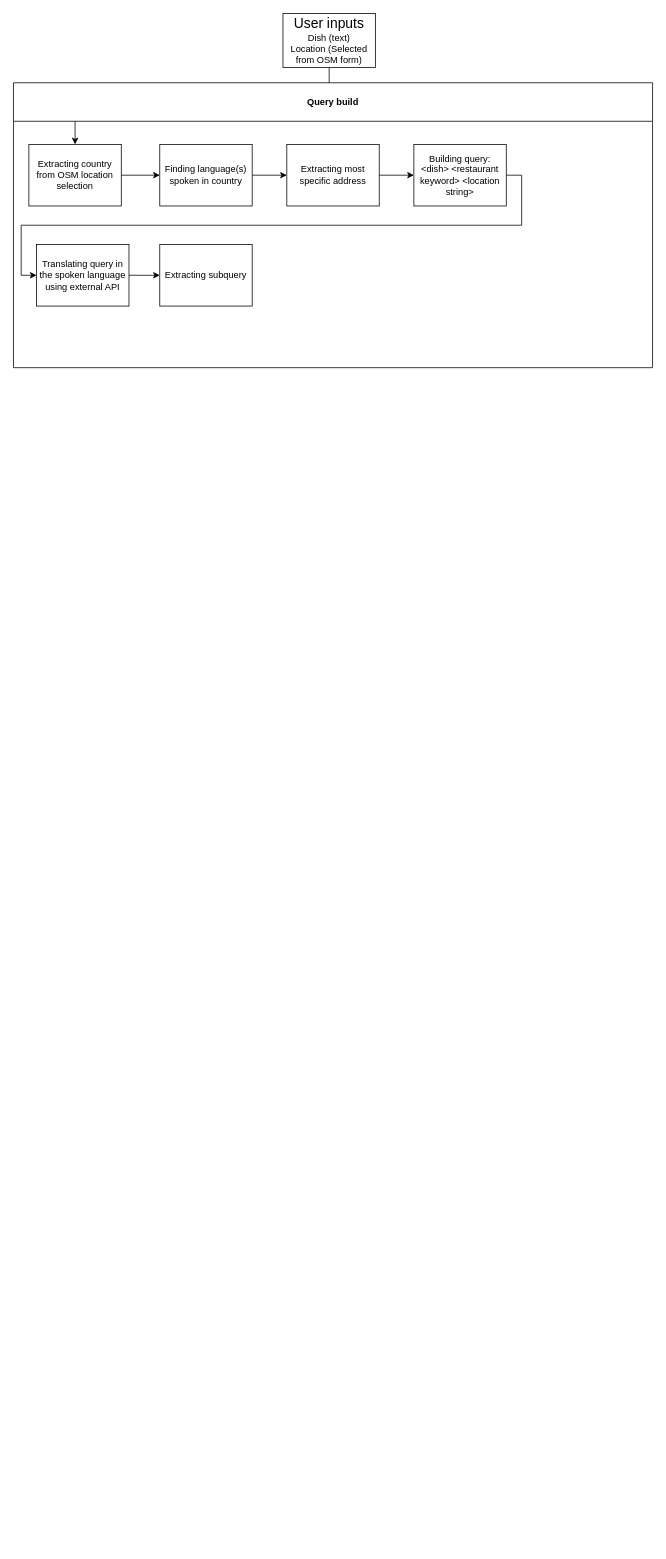
realchkris/pinced keeps this draw.io diagram as docs/pinced_scraperLogic.drawio. Above is the earlier version. Source tidied: cells renumbered, new cells numbered last; positions are measured from the earlier drawing's top-left corner, leaving out a move shared by most shapes. Both pictures are drawn from the tidied source at 77%, with x=0, y=0 at pixel (13, 13).
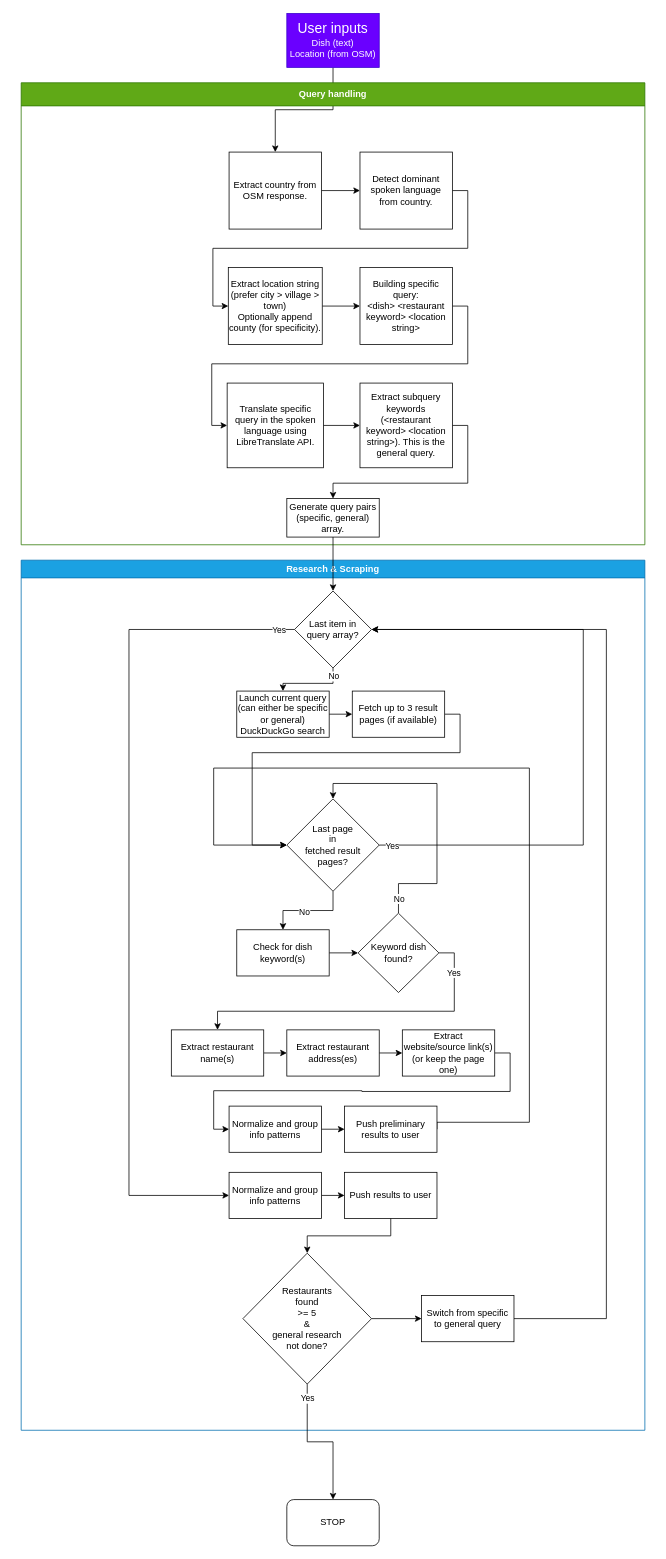
After the change.

Commit message (it also covers changes not shown here):
feat: implemented query building and automatic translation

What changed in the source:
```diff
@@
-    <mxCell id="3" value="&lt;div&gt;&lt;font style=&quot;font-size: 18px;&quot;&gt;User inputs&lt;/font&gt;&lt;/div&gt;&lt;div&gt;Dish (text)&lt;/div&gt;&lt;div&gt;Location (Selected from OSM form)&lt;/div&gt;" style="rounded=0;whiteSpace=wrap;html=1;" parent="1" vertex="1">
-      <mxGeometry x="350" width="120" height="70" as="geometry" />
+    <mxCell id="3" value="&lt;div&gt;&lt;font style=&quot;font-size: 18px;&quot;&gt;User inputs&lt;/font&gt;&lt;/div&gt;&lt;div&gt;Dish (text)&lt;/div&gt;&lt;div&gt;Location (from OSM)&lt;/div&gt;" style="rounded=0;whiteSpace=wrap;html=1;fillColor=#6a00ff;fontColor=#ffffff;strokeColor=#3700CC;" parent="1" vertex="1">
+      <mxGeometry x="355" width="120" height="70" as="geometry" />
     </mxCell>
-    <mxCell id="4" value="Query build" style="swimlane;whiteSpace=wrap;html=1;startSize=50;rotation=0;" parent="1" vertex="1">
-      <mxGeometry y="90" width="830" height="370" as="geometry" />
+    <mxCell id="4" value="&lt;div&gt;Query handling&lt;/div&gt;" style="swimlane;whiteSpace=wrap;html=1;startSize=30;rotation=0;fillColor=#60a917;fontColor=#ffffff;strokeColor=#2D7600;" parent="1" vertex="1">
+      <mxGeometry x="10" y="90" width="810" height="600" as="geometry" />
     </mxCell>
@@
-    <mxCell id="6" value="Extracting country from OSM location selection" style="rounded=0;whiteSpace=wrap;html=1;rotation=0;" parent="4" vertex="1">
-      <mxGeometry x="20" y="80" width="120" height="80" as="geometry" />
+    <mxCell id="6" value="Extract country from OSM response." style="rounded=0;whiteSpace=wrap;html=1;rotation=0;" parent="4" vertex="1">
+      <mxGeometry x="270" y="90" width="120" height="100" as="geometry" />
     </mxCell>
@@
-    <mxCell id="8" value="Finding language(s) spoken in country" style="rounded=0;whiteSpace=wrap;html=1;" parent="4" vertex="1">
-      <mxGeometry x="190" y="80" width="120" height="80" as="geometry" />
+    <mxCell id="8" value="&lt;div&gt;Detect dominant spoken language from country.&lt;/div&gt;" style="rounded=0;whiteSpace=wrap;html=1;" parent="4" vertex="1">
+      <mxGeometry x="440" y="90" width="120" height="100" as="geometry" />
     </mxCell>
@@
-    <mxCell id="10" value="&lt;div&gt;Building query:&lt;/div&gt;&lt;div&gt;&amp;lt;dish&amp;gt; &amp;lt;restaurant keyword&amp;gt; &amp;lt;location string&amp;gt;&lt;/div&gt;" style="rounded=0;whiteSpace=wrap;html=1;" parent="4" vertex="1">
-      <mxGeometry x="520" y="80" width="120" height="80" as="geometry" />
+    <mxCell id="10" value="&lt;div&gt;Building specific query:&lt;/div&gt;&lt;div&gt;&amp;lt;dish&amp;gt; &amp;lt;restaurant keyword&amp;gt; &amp;lt;location string&amp;gt;&lt;/div&gt;" style="rounded=0;whiteSpace=wrap;html=1;" parent="4" vertex="1">
+      <mxGeometry x="440" y="240" width="120" height="100" as="geometry" />
     </mxCell>
@@
-    <mxCell id="12" value="Extracting most specific address" style="rounded=0;whiteSpace=wrap;html=1;" parent="4" vertex="1">
-      <mxGeometry x="355" y="80" width="120" height="80" as="geometry" />
+    <mxCell id="12" value="&lt;div&gt;Extract location string (prefer city &amp;gt; village &amp;gt; town)&lt;/div&gt;&lt;div&gt;Optionally append county (for specificity).&lt;/div&gt;" style="rounded=0;whiteSpace=wrap;html=1;align=center;" parent="4" vertex="1">
+      <mxGeometry x="269" y="240" width="122" height="100" as="geometry" />
     </mxCell>
@@
-    <mxCell id="14" value="Translating query in the spoken language using external API" style="rounded=0;whiteSpace=wrap;html=1;" parent="4" vertex="1">
-      <mxGeometry x="30" y="210" width="120" height="80" as="geometry" />
+    <mxCell id="14" value="&lt;div&gt;Translate specific query in the spoken language using LibreTranslate API.&lt;/div&gt;" style="rounded=0;whiteSpace=wrap;html=1;" parent="4" vertex="1">
+      <mxGeometry x="267.5" y="390" width="125" height="110" as="geometry" />
     </mxCell>
+    <mxCell id="16" style="edgeStyle=orthogonalEdgeStyle;rounded=0;jettySize=auto;html=1;exitX=1;exitY=0.5;exitDx=0;exitDy=0;entryX=0.5;entryY=0;entryDx=0;entryDy=0;" parent="4" edge="1" source="15" target="17">
+      <mxGeometry relative="1" as="geometry" />
+    </mxCell>
-    <mxCell id="15" value="Extracting subquery" style="rounded=0;whiteSpace=wrap;html=1;" parent="4" vertex="1">
-      <mxGeometry x="190" y="210" width="120" height="80" as="geometry" />
+    <mxCell id="15" value="&lt;div&gt;Extract subquery keywords&lt;br&gt;(&amp;lt;restaurant keyword&amp;gt; &amp;lt;location string&amp;gt;). This is the general query.&lt;/div&gt;" style="rounded=0;whiteSpace=wrap;html=1;" parent="4" vertex="1">
+      <mxGeometry x="440" y="390" width="120" height="110" as="geometry" />
     </mxCell>
+    <mxCell id="17" value="Generate query pairs (specific, general) array." style="rounded=0;whiteSpace=wrap;html=1;" parent="4" vertex="1">
+      <mxGeometry x="345" y="540" width="120" height="50" as="geometry" />
+    </mxCell>
+    <mxCell id="18" value="Research &amp;amp; Scraping" style="swimlane;whiteSpace=wrap;html=1;fillColor=#1ba1e2;fontColor=#ffffff;strokeColor=#006EAF;" parent="1" vertex="1">
+      <mxGeometry x="10" y="710" width="810" height="1130" as="geometry" />
+    </mxCell>
+    <mxCell id="19" style="edgeStyle=orthogonalEdgeStyle;rounded=0;jettySize=auto;html=1;exitX=0.5;exitY=1;exitDx=0;exitDy=0;entryX=0.5;entryY=0;entryDx=0;entryDy=0;" parent="18" edge="1" source="23" target="25">
+      <mxGeometry relative="1" as="geometry" />
+    </mxCell>
+    <mxCell id="20" value="No" style="edgeLabel;html=1;align=center;verticalAlign=middle;" parent="19" vertex="1">
+      <mxGeometry x="-0.1" relative="1" as="geometry">
+        <mxPoint x="23" y="-10" as="offset" />
+      </mxGeometry>
+    </mxCell>
+    <mxCell id="21" style="edgeStyle=orthogonalEdgeStyle;rounded=0;jettySize=auto;html=1;exitX=0;exitY=0.5;exitDx=0;exitDy=0;entryX=0;entryY=0.5;entryDx=0;entryDy=0;" parent="18" edge="1" source="23" target="51">
+      <mxGeometry relative="1" as="geometry">
+        <Array as="points">
+          <mxPoint x="140" y="90" />
+          <mxPoint x="140" y="825" />
+        </Array>
+      </mxGeometry>
+    </mxCell>
+    <mxCell id="22" value="Yes" style="edgeLabel;html=1;align=center;verticalAlign=middle;" parent="21" vertex="1">
+      <mxGeometry x="-0.76" relative="1" as="geometry">
+        <mxPoint x="109" as="offset" />
+      </mxGeometry>
+    </mxCell>
+    <mxCell id="23" value="&lt;div&gt;Last item in&lt;/div&gt;&lt;div&gt;query array?&lt;/div&gt;" style="rhombus;whiteSpace=wrap;html=1;" parent="18" vertex="1">
+      <mxGeometry x="355" y="40" width="100" height="100" as="geometry" />
+    </mxCell>
+    <mxCell id="24" style="edgeStyle=orthogonalEdgeStyle;rounded=0;jettySize=auto;html=1;exitX=1;exitY=0.5;exitDx=0;exitDy=0;entryX=0;entryY=0.5;entryDx=0;entryDy=0;" parent="18" edge="1" source="25" target="27">
+      <mxGeometry relative="1" as="geometry" />
+    </mxCell>
+    <mxCell id="25" value="Launch current query (can either be specific or general) DuckDuckGo search" style="rounded=0;whiteSpace=wrap;html=1;" parent="18" vertex="1">
+      <mxGeometry x="280" y="170" width="120" height="60" as="geometry" />
+    </mxCell>
+    <mxCell id="26" style="edgeStyle=orthogonalEdgeStyle;rounded=0;jettySize=auto;html=1;exitX=1;exitY=0.5;exitDx=0;exitDy=0;entryX=0;entryY=0.5;entryDx=0;entryDy=0;" parent="18" edge="1" source="27" target="32">
+      <mxGeometry relative="1" as="geometry">
+        <Array as="points">
+          <mxPoint x="570" y="200" />
+          <mxPoint x="570" y="250" />
+          <mxPoint x="300" y="250" />
+          <mxPoint x="300" y="370" />
+        </Array>
+      </mxGeometry>
+    </mxCell>
+    <mxCell id="27" value="Fetch up to 3 result pages (if available)" style="rounded=0;whiteSpace=wrap;html=1;" parent="18" vertex="1">
+      <mxGeometry x="430" y="170" width="120" height="60" as="geometry" />
+    </mxCell>
+    <mxCell id="28" style="edgeStyle=orthogonalEdgeStyle;rounded=0;jettySize=auto;html=1;exitX=0.5;exitY=1;exitDx=0;exitDy=0;entryX=0.5;entryY=0;entryDx=0;entryDy=0;" parent="18" edge="1" source="32" target="34">
+      <mxGeometry relative="1" as="geometry" />
+    </mxCell>
+    <mxCell id="29" value="No" style="edgeLabel;html=1;align=center;verticalAlign=middle;" parent="28" vertex="1">
+      <mxGeometry x="0.09" y="1" relative="1" as="geometry" />
+    </mxCell>
+    <mxCell id="30" style="edgeStyle=orthogonalEdgeStyle;rounded=0;jettySize=auto;html=1;exitX=1;exitY=0.5;exitDx=0;exitDy=0;entryX=1;entryY=0.5;entryDx=0;entryDy=0;" parent="18" edge="1" source="32" target="23">
+      <mxGeometry relative="1" as="geometry">
+        <Array as="points">
+          <mxPoint x="730" y="370" />
+          <mxPoint x="730" y="90" />
+        </Array>
+      </mxGeometry>
+    </mxCell>
+    <mxCell id="31" value="Yes" style="edgeLabel;html=1;align=center;verticalAlign=middle;" parent="30" vertex="1">
+      <mxGeometry x="-0.8" y="1" relative="1" as="geometry">
+        <mxPoint x="-66" y="1" as="offset" />
+      </mxGeometry>
+    </mxCell>
+    <mxCell id="32" value="&lt;div&gt;Last page&lt;/div&gt;&lt;div&gt;in&lt;/div&gt;&lt;div&gt;fetched result&lt;/div&gt;&lt;div&gt;pages?&lt;/div&gt;" style="rhombus;whiteSpace=wrap;html=1;" parent="18" vertex="1">
+      <mxGeometry x="345" y="310" width="120" height="120" as="geometry" />
+    </mxCell>
+    <mxCell id="33" style="edgeStyle=orthogonalEdgeStyle;rounded=0;jettySize=auto;html=1;exitX=1;exitY=0.5;exitDx=0;exitDy=0;entryX=0;entryY=0.5;entryDx=0;entryDy=0;" parent="18" edge="1" source="34" target="37">
+      <mxGeometry relative="1" as="geometry" />
+    </mxCell>
+    <mxCell id="34" value="Check for dish keyword(s)" style="rounded=0;whiteSpace=wrap;html=1;" parent="18" vertex="1">
+      <mxGeometry x="280" y="480" width="120" height="60" as="geometry" />
+    </mxCell>
+    <mxCell id="35" style="edgeStyle=orthogonalEdgeStyle;rounded=0;jettySize=auto;html=1;exitX=0.5;exitY=0;exitDx=0;exitDy=0;entryX=0.5;entryY=0;entryDx=0;entryDy=0;" parent="18" edge="1" source="37" target="32">
+      <mxGeometry relative="1" as="geometry">
+        <Array as="points">
+          <mxPoint x="490" y="420" />
+          <mxPoint x="540" y="420" />
+          <mxPoint x="540" y="290" />
+          <mxPoint x="405" y="290" />
+        </Array>
+      </mxGeometry>
+    </mxCell>
+    <mxCell id="36" value="No" style="edgeLabel;html=1;align=center;verticalAlign=middle;" parent="35" vertex="1">
+      <mxGeometry x="0.12" y="-1" relative="1" as="geometry">
+        <mxPoint x="-51" y="140" as="offset" />
+      </mxGeometry>
+    </mxCell>
+    <mxCell id="37" value="&lt;div&gt;Keyword dish&lt;/div&gt;&lt;div&gt;found?&lt;/div&gt;" style="rhombus;whiteSpace=wrap;html=1;" parent="18" vertex="1">
+      <mxGeometry x="437.5" y="458.5" width="105" height="103" as="geometry" />
+    </mxCell>
+    <mxCell id="38" style="edgeStyle=orthogonalEdgeStyle;rounded=0;jettySize=auto;html=1;exitX=1;exitY=0.5;exitDx=0;exitDy=0;entryX=0;entryY=0.5;entryDx=0;entryDy=0;" parent="18" edge="1" source="39" target="41">
+      <mxGeometry relative="1" as="geometry" />
+    </mxCell>
+    <mxCell id="39" value="&lt;div&gt;Extract restaurant&lt;/div&gt;&lt;div&gt;name(s)&lt;/div&gt;" style="rounded=0;whiteSpace=wrap;html=1;" parent="18" vertex="1">
+      <mxGeometry x="195" y="610" width="120" height="60" as="geometry" />
+    </mxCell>
+    <mxCell id="40" style="edgeStyle=orthogonalEdgeStyle;rounded=0;jettySize=auto;html=1;exitX=1;exitY=0.5;exitDx=0;exitDy=0;entryX=0;entryY=0.5;entryDx=0;entryDy=0;" parent="18" edge="1" source="41" target="43">
+      <mxGeometry relative="1" as="geometry" />
+    </mxCell>
+    <mxCell id="41" value="&lt;div&gt;Extract restaurant&lt;/div&gt;&lt;div&gt;address(es)&lt;/div&gt;" style="rounded=0;whiteSpace=wrap;html=1;" parent="18" vertex="1">
+      <mxGeometry x="345" y="610" width="120" height="60" as="geometry" />
+    </mxCell>
+    <mxCell id="42" style="edgeStyle=orthogonalEdgeStyle;rounded=0;jettySize=auto;html=1;exitX=1;exitY=0.5;exitDx=0;exitDy=0;entryX=0;entryY=0.5;entryDx=0;entryDy=0;" parent="18" edge="1" source="43" target="47">
+      <mxGeometry relative="1" as="geometry" />
+    </mxCell>
+    <mxCell id="43" value="Extract website/source link(s) (or keep the page one)" style="rounded=0;whiteSpace=wrap;html=1;" parent="18" vertex="1">
+      <mxGeometry x="495" y="610" width="120" height="60" as="geometry" />
+    </mxCell>
+    <mxCell id="44" style="edgeStyle=orthogonalEdgeStyle;rounded=0;jettySize=auto;html=1;exitX=1;exitY=0.5;exitDx=0;exitDy=0;entryX=0.5;entryY=0;entryDx=0;entryDy=0;" parent="18" edge="1" source="37" target="39">
+      <mxGeometry relative="1" as="geometry" />
+    </mxCell>
+    <mxCell id="45" value="Yes" style="edgeLabel;html=1;align=center;verticalAlign=middle;" parent="44" vertex="1">
+      <mxGeometry x="-0.79" y="-1" relative="1" as="geometry" />
+    </mxCell>
+    <mxCell id="46" style="edgeStyle=orthogonalEdgeStyle;rounded=0;jettySize=auto;html=1;exitX=1;exitY=0.5;exitDx=0;exitDy=0;entryX=0;entryY=0.5;entryDx=0;entryDy=0;" parent="18" edge="1" source="47" target="49">
+      <mxGeometry relative="1" as="geometry" />
+    </mxCell>
+    <mxCell id="47" value="Normalize and group info patterns" style="rounded=0;whiteSpace=wrap;html=1;" parent="18" vertex="1">
+      <mxGeometry x="270" y="709" width="120" height="60" as="geometry" />
+    </mxCell>
+    <mxCell id="48" style="edgeStyle=orthogonalEdgeStyle;rounded=0;jettySize=auto;html=1;exitX=1;exitY=0.5;exitDx=0;exitDy=0;entryX=0;entryY=0.5;entryDx=0;entryDy=0;" parent="18" edge="1" source="49" target="32">
+      <mxGeometry relative="1" as="geometry">
+        <Array as="points">
+          <mxPoint x="660" y="730" />
+          <mxPoint x="660" y="270" />
+          <mxPoint x="250" y="270" />
+          <mxPoint x="250" y="370" />
+        </Array>
+      </mxGeometry>
+    </mxCell>
+    <mxCell id="49" value="Push preliminary results to user" style="rounded=0;whiteSpace=wrap;html=1;" parent="18" vertex="1">
+      <mxGeometry x="420" y="709" width="120" height="60" as="geometry" />
+    </mxCell>
+    <mxCell id="50" style="edgeStyle=orthogonalEdgeStyle;rounded=0;jettySize=auto;html=1;exitX=1;exitY=0.5;exitDx=0;exitDy=0;entryX=0;entryY=0.5;entryDx=0;entryDy=0;" parent="18" edge="1" source="51" target="52">
+      <mxGeometry relative="1" as="geometry" />
+    </mxCell>
+    <mxCell id="51" value="Normalize and group info patterns" style="rounded=0;whiteSpace=wrap;html=1;" parent="18" vertex="1">
+      <mxGeometry x="270" y="795" width="120" height="60" as="geometry" />
+    </mxCell>
+    <mxCell id="52" value="Push results to user" style="rounded=0;whiteSpace=wrap;html=1;" parent="18" vertex="1">
+      <mxGeometry x="420" y="795" width="120" height="60" as="geometry" />
+    </mxCell>
+    <mxCell id="53" style="edgeStyle=orthogonalEdgeStyle;rounded=0;jettySize=auto;html=1;exitX=1;exitY=0.5;exitDx=0;exitDy=0;entryX=0;entryY=0.5;entryDx=0;entryDy=0;" parent="18" edge="1" source="54" target="57">
+      <mxGeometry relative="1" as="geometry" />
+    </mxCell>
+    <mxCell id="54" value="&lt;div&gt;Restaurants&lt;/div&gt;&lt;div&gt;found&lt;/div&gt;&lt;div&gt;&amp;gt;= 5&lt;/div&gt;&lt;div&gt;&amp;amp;&lt;/div&gt;&lt;div&gt;general research&lt;/div&gt;&lt;div&gt;not done?&lt;/div&gt;" style="rhombus;whiteSpace=wrap;html=1;" parent="18" vertex="1">
+      <mxGeometry x="288" y="900" width="167" height="170" as="geometry" />
+    </mxCell>
+    <mxCell id="55" style="edgeStyle=orthogonalEdgeStyle;rounded=0;jettySize=auto;html=1;exitX=0.5;exitY=1;exitDx=0;exitDy=0;entryX=0.5;entryY=0;entryDx=0;entryDy=0;" parent="18" edge="1" source="52" target="54">
+      <mxGeometry relative="1" as="geometry" />
+    </mxCell>
+    <mxCell id="56" style="edgeStyle=orthogonalEdgeStyle;rounded=0;jettySize=auto;html=1;exitX=1;exitY=0.5;exitDx=0;exitDy=0;entryX=1;entryY=0.5;entryDx=0;entryDy=0;" parent="18" edge="1" source="57" target="23">
+      <mxGeometry relative="1" as="geometry">
+        <Array as="points">
+          <mxPoint x="760" y="985" />
+          <mxPoint x="760" y="90" />
+        </Array>
+      </mxGeometry>
+    </mxCell>
+    <mxCell id="57" value="Switch from specific to general query" style="rounded=0;whiteSpace=wrap;html=1;" parent="18" vertex="1">
+      <mxGeometry x="520" y="955" width="120" height="60" as="geometry" />
+    </mxCell>
+    <mxCell id="58" style="edgeStyle=orthogonalEdgeStyle;rounded=0;jettySize=auto;html=1;exitX=0.5;exitY=1;exitDx=0;exitDy=0;entryX=0.5;entryY=0;entryDx=0;entryDy=0;" parent="1" edge="1" source="17" target="23">
+      <mxGeometry relative="1" as="geometry" />
+    </mxCell>
+    <mxCell id="59" value="STOP" style="rounded=1;whiteSpace=wrap;html=1;" parent="1" vertex="1">
+      <mxGeometry x="355" y="1930" width="120" height="60" as="geometry" />
+    </mxCell>
+    <mxCell id="60" style="edgeStyle=orthogonalEdgeStyle;rounded=0;jettySize=auto;html=1;exitX=0.5;exitY=1;exitDx=0;exitDy=0;entryX=0.5;entryY=0;entryDx=0;entryDy=0;" parent="1" edge="1" source="54" target="59">
+      <mxGeometry relative="1" as="geometry" />
+    </mxCell>
+    <mxCell id="61" value="Yes" style="edgeLabel;html=1;align=center;verticalAlign=middle;" parent="60" vertex="1">
+      <mxGeometry x="-0.8" relative="1" as="geometry" />
+    </mxCell>
```
